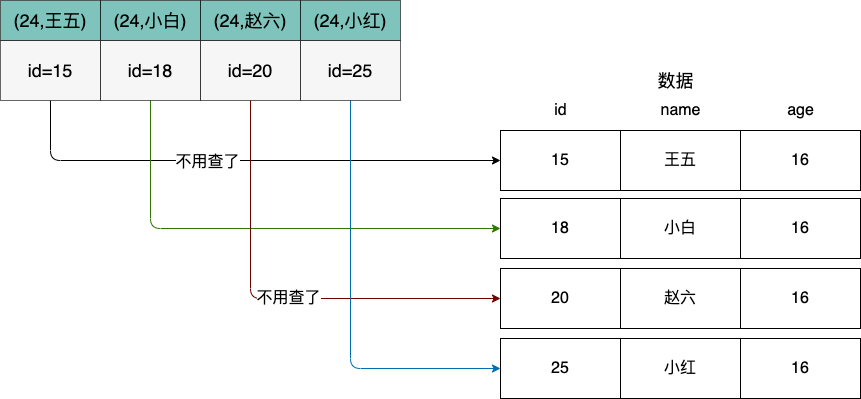
This is img/mysql/mysql-icp-have.png from boilingfrog/Go-POINT, a draw.io export, as it was before one commit. Source tidied: cells renumbered, new cells last; positions are measured from the earlier drawing's top-left corner, leaving out a move shared by most shapes. Source of this version:
```xml
<mxGraphModel>
  <root>
    <mxCell id="0" />
    <mxCell id="1" parent="0" />
    <mxCell id="2" value="(24,王五)" style="rounded=0;whiteSpace=wrap;html=1;fontSize=18;fillColor=#2A9D8F;opacity=60;" parent="1" vertex="1">
      <mxGeometry width="100" height="40" as="geometry" />
    </mxCell>
    <mxCell id="3" value="(24,小白)" style="rounded=0;whiteSpace=wrap;html=1;fontSize=18;fillColor=#2A9D8F;opacity=60;" parent="1" vertex="1">
      <mxGeometry x="100" width="100" height="40" as="geometry" />
    </mxCell>
    <mxCell id="4" value="(24,赵六)" style="rounded=0;whiteSpace=wrap;html=1;fontSize=18;fillColor=#2A9D8F;opacity=60;" parent="1" vertex="1">
      <mxGeometry x="200" width="100" height="40" as="geometry" />
    </mxCell>
    <mxCell id="5" style="edgeStyle=orthogonalEdgeStyle;html=1;entryX=0;entryY=0.5;entryDx=0;entryDy=0;" parent="1" edge="1" source="7" target="16">
      <mxGeometry relative="1" as="geometry">
        <Array as="points">
          <mxPoint x="50" y="160" />
        </Array>
      </mxGeometry>
    </mxCell>
    <mxCell id="6" value="不用查了" style="edgeLabel;html=1;align=center;verticalAlign=middle;fontSize=16;" parent="5" vertex="1">
      <mxGeometry x="-0.15" relative="1" as="geometry">
        <mxPoint y="1" as="offset" />
      </mxGeometry>
    </mxCell>
    <mxCell id="7" value="id=15" style="rounded=0;whiteSpace=wrap;html=1;fontSize=18;fillColor=#F0F0F0;opacity=60;" parent="1" vertex="1">
      <mxGeometry y="40" width="100" height="60" as="geometry" />
    </mxCell>
    <mxCell id="8" style="edgeStyle=orthogonalEdgeStyle;html=1;entryX=0;entryY=0.5;entryDx=0;entryDy=0;fillColor=#60a917;strokeColor=#2D7600;" parent="1" edge="1" source="9" target="18">
      <mxGeometry relative="1" as="geometry">
        <Array as="points">
          <mxPoint x="150" y="228" />
        </Array>
      </mxGeometry>
    </mxCell>
    <mxCell id="9" value="id=18" style="rounded=0;whiteSpace=wrap;html=1;fontSize=18;fillColor=#F0F0F0;opacity=60;" parent="1" vertex="1">
      <mxGeometry x="100" y="40" width="100" height="60" as="geometry" />
    </mxCell>
    <mxCell id="10" style="edgeStyle=orthogonalEdgeStyle;html=1;entryX=0;entryY=0.5;entryDx=0;entryDy=0;fillColor=#a20025;strokeColor=#6F0000;" parent="1" edge="1" source="12" target="20">
      <mxGeometry relative="1" as="geometry">
        <Array as="points">
          <mxPoint x="250" y="298" />
        </Array>
      </mxGeometry>
    </mxCell>
    <mxCell id="11" value="不用查了" style="edgeLabel;html=1;align=center;verticalAlign=middle;fontSize=16;" parent="10" vertex="1">
      <mxGeometry x="0.05" y="2" relative="1" as="geometry">
        <mxPoint y="1" as="offset" />
      </mxGeometry>
    </mxCell>
    <mxCell id="12" value="id=20" style="rounded=0;whiteSpace=wrap;html=1;fontSize=18;fillColor=#F0F0F0;opacity=60;" parent="1" vertex="1">
      <mxGeometry x="200" y="40" width="100" height="60" as="geometry" />
    </mxCell>
    <mxCell id="13" value="(24,小红)" style="rounded=0;whiteSpace=wrap;html=1;fontSize=18;fillColor=#2A9D8F;opacity=60;" parent="1" vertex="1">
      <mxGeometry x="300" width="100" height="40" as="geometry" />
    </mxCell>
    <mxCell id="14" style="edgeStyle=orthogonalEdgeStyle;html=1;entryX=0;entryY=0.5;entryDx=0;entryDy=0;fillColor=#1ba1e2;strokeColor=#006EAF;" parent="1" edge="1" source="15" target="22">
      <mxGeometry relative="1" as="geometry">
        <Array as="points">
          <mxPoint x="350" y="368" />
        </Array>
      </mxGeometry>
    </mxCell>
    <mxCell id="15" value="id=25" style="rounded=0;whiteSpace=wrap;html=1;fontSize=18;fillColor=#F0F0F0;opacity=60;" parent="1" vertex="1">
      <mxGeometry x="300" y="40" width="100" height="60" as="geometry" />
    </mxCell>
    <mxCell id="16" value="15" style="rounded=0;whiteSpace=wrap;html=1;fontSize=16;fillColor=none;" parent="1" vertex="1">
      <mxGeometry x="500" y="130" width="120" height="60" as="geometry" />
    </mxCell>
    <mxCell id="17" value="王五" style="rounded=0;whiteSpace=wrap;html=1;fontSize=16;fillColor=none;" parent="1" vertex="1">
      <mxGeometry x="620" y="130" width="120" height="60" as="geometry" />
    </mxCell>
    <mxCell id="18" value="18" style="rounded=0;whiteSpace=wrap;html=1;fontSize=16;fillColor=none;" parent="1" vertex="1">
      <mxGeometry x="500" y="198" width="120" height="60" as="geometry" />
    </mxCell>
    <mxCell id="19" value="小白" style="rounded=0;whiteSpace=wrap;html=1;fontSize=16;fillColor=none;" parent="1" vertex="1">
      <mxGeometry x="620" y="198" width="120" height="60" as="geometry" />
    </mxCell>
    <mxCell id="20" value="20" style="rounded=0;whiteSpace=wrap;html=1;fontSize=16;fillColor=none;" parent="1" vertex="1">
      <mxGeometry x="500" y="268" width="120" height="60" as="geometry" />
    </mxCell>
    <mxCell id="21" value="赵六" style="rounded=0;whiteSpace=wrap;html=1;fontSize=16;fillColor=none;" parent="1" vertex="1">
      <mxGeometry x="620" y="268" width="120" height="60" as="geometry" />
    </mxCell>
    <mxCell id="22" value="25" style="rounded=0;whiteSpace=wrap;html=1;fontSize=16;fillColor=none;" parent="1" vertex="1">
      <mxGeometry x="500" y="338" width="120" height="60" as="geometry" />
    </mxCell>
    <mxCell id="23" value="小红" style="rounded=0;whiteSpace=wrap;html=1;fontSize=16;fillColor=none;" parent="1" vertex="1">
      <mxGeometry x="620" y="338" width="120" height="60" as="geometry" />
    </mxCell>
    <mxCell id="24" value="&lt;font style=&quot;font-size: 18px&quot;&gt;数据&lt;/font&gt;" style="text;html=1;align=center;verticalAlign=middle;strokeColor=none;fillColor=none;" parent="1" vertex="1">
      <mxGeometry x="650" y="70" width="50" height="20" as="geometry" />
    </mxCell>
    <mxCell id="25" value="16" style="rounded=0;whiteSpace=wrap;html=1;fontSize=16;fillColor=none;" parent="1" vertex="1">
      <mxGeometry x="740" y="130" width="120" height="60" as="geometry" />
    </mxCell>
    <mxCell id="26" value="&lt;font style=&quot;font-size: 16px&quot;&gt;id&lt;/font&gt;" style="text;html=1;align=center;verticalAlign=middle;strokeColor=none;fillColor=none;" parent="1" vertex="1">
      <mxGeometry x="545" y="100" width="30" height="20" as="geometry" />
    </mxCell>
    <mxCell id="27" value="&lt;font style=&quot;font-size: 16px&quot;&gt;name&lt;/font&gt;" style="text;html=1;align=center;verticalAlign=middle;strokeColor=none;fillColor=none;" parent="1" vertex="1">
      <mxGeometry x="650" y="100" width="60" height="20" as="geometry" />
    </mxCell>
    <mxCell id="28" value="&lt;font style=&quot;font-size: 16px&quot;&gt;age&lt;/font&gt;" style="text;html=1;align=center;verticalAlign=middle;strokeColor=none;fillColor=none;" parent="1" vertex="1">
      <mxGeometry x="780" y="100" width="40" height="20" as="geometry" />
    </mxCell>
    <mxCell id="29" value="16" style="rounded=0;whiteSpace=wrap;html=1;fontSize=16;fillColor=none;" parent="1" vertex="1">
      <mxGeometry x="740" y="198" width="120" height="60" as="geometry" />
    </mxCell>
    <mxCell id="30" value="16" style="rounded=0;whiteSpace=wrap;html=1;fontSize=16;fillColor=none;" parent="1" vertex="1">
      <mxGeometry x="740" y="268" width="120" height="60" as="geometry" />
    </mxCell>
    <mxCell id="31" value="16" style="rounded=0;whiteSpace=wrap;html=1;fontSize=16;fillColor=none;" parent="1" vertex="1">
      <mxGeometry x="740" y="338" width="120" height="60" as="geometry" />
    </mxCell>
  </root>
</mxGraphModel>
```
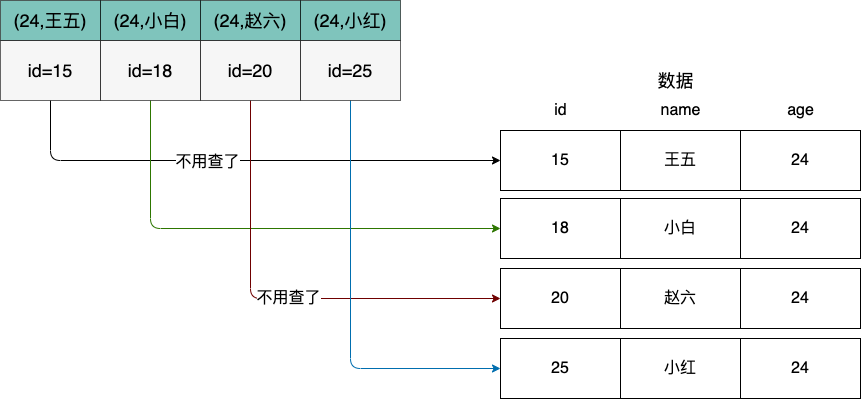
The same file after the commit.

Commit message:
feat:MySQL 中的索引

Diff of the diagram source:
```diff
@@ -91,7 +91,7 @@
     <mxCell id="24" value="&lt;font style=&quot;font-size: 18px&quot;&gt;数据&lt;/font&gt;" style="text;html=1;align=center;verticalAlign=middle;strokeColor=none;fillColor=none;" parent="1" vertex="1">
       <mxGeometry x="650" y="70" width="50" height="20" as="geometry" />
     </mxCell>
-    <mxCell id="25" value="16" style="rounded=0;whiteSpace=wrap;html=1;fontSize=16;fillColor=none;" parent="1" vertex="1">
+    <mxCell id="25" value="24" style="rounded=0;whiteSpace=wrap;html=1;fontSize=16;fillColor=none;" parent="1" vertex="1">
       <mxGeometry x="740" y="130" width="120" height="60" as="geometry" />
     </mxCell>
     <mxCell id="26" value="&lt;font style=&quot;font-size: 16px&quot;&gt;id&lt;/font&gt;" style="text;html=1;align=center;verticalAlign=middle;strokeColor=none;fillColor=none;" parent="1" vertex="1">
@@ -103,13 +103,13 @@
     <mxCell id="28" value="&lt;font style=&quot;font-size: 16px&quot;&gt;age&lt;/font&gt;" style="text;html=1;align=center;verticalAlign=middle;strokeColor=none;fillColor=none;" parent="1" vertex="1">
       <mxGeometry x="780" y="100" width="40" height="20" as="geometry" />
     </mxCell>
-    <mxCell id="29" value="16" style="rounded=0;whiteSpace=wrap;html=1;fontSize=16;fillColor=none;" parent="1" vertex="1">
+    <mxCell id="29" value="24" style="rounded=0;whiteSpace=wrap;html=1;fontSize=16;fillColor=none;" parent="1" vertex="1">
       <mxGeometry x="740" y="198" width="120" height="60" as="geometry" />
     </mxCell>
-    <mxCell id="30" value="16" style="rounded=0;whiteSpace=wrap;html=1;fontSize=16;fillColor=none;" parent="1" vertex="1">
+    <mxCell id="30" value="24" style="rounded=0;whiteSpace=wrap;html=1;fontSize=16;fillColor=none;" parent="1" vertex="1">
       <mxGeometry x="740" y="268" width="120" height="60" as="geometry" />
     </mxCell>
-    <mxCell id="31" value="16" style="rounded=0;whiteSpace=wrap;html=1;fontSize=16;fillColor=none;" parent="1" vertex="1">
+    <mxCell id="31" value="24" style="rounded=0;whiteSpace=wrap;html=1;fontSize=16;fillColor=none;" parent="1" vertex="1">
       <mxGeometry x="740" y="338" width="120" height="60" as="geometry" />
     </mxCell>
   </root>
```
